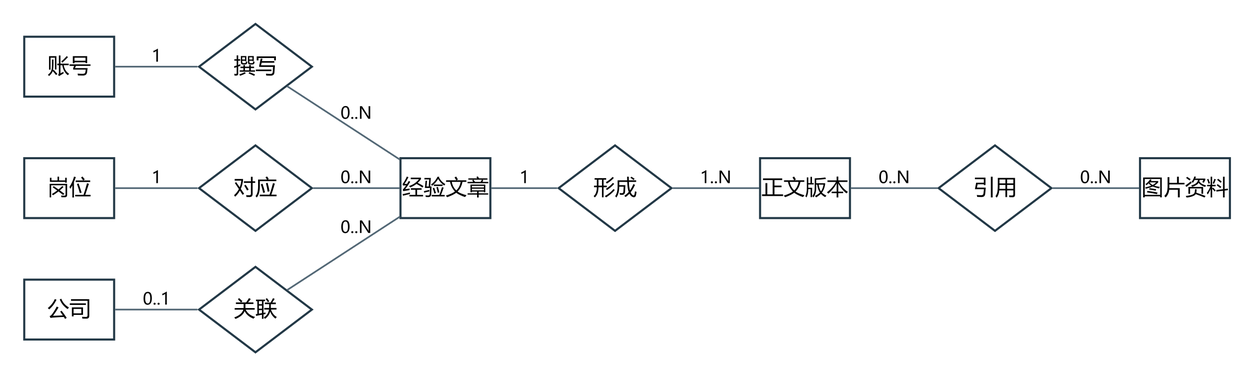
Earlier version of the Graphviz export docs/project/models/图表与模型/ER02.png (jason-bitc/HZCU-CampusHub). Its source is kept beside it as docs/project/models/图表与模型/ER02.dot. The source it was exported from:
```dot
digraph G {
graph [rankdir=LR,nodesep=0.30,ranksep=0.48,bgcolor="white",splines=polyline,pad=0.20];
node [fontname="Microsoft YaHei",fontsize=13,color="#223846",penwidth=1.25,margin="0.10,0.07",style="rounded,filled",fillcolor="#F6F8FA"];
edge [fontname="Microsoft YaHei",fontsize=10,color="#526775",arrowsize=0.7];
"Account" [shape=box,label="账号",style="filled",fillcolor="white"];
"Article" [shape=box,label="经验文章",style="filled",fillcolor="white"];
"ArticleVersion" [shape=box,label="正文版本",style="filled",fillcolor="white"];
"Media" [shape=box,label="图片资料",style="filled",fillcolor="white"];
"Job" [shape=box,label="岗位",style="filled",fillcolor="white"];
"Company" [shape=box,label="公司",style="filled",fillcolor="white"];
"rel3" [shape=diamond,label="撰写",style="filled",fillcolor="white"];
"rel4" [shape=diamond,label="形成",style="filled",fillcolor="white"];
"rel5" [shape=diamond,label="对应",style="filled",fillcolor="white"];
"rel6" [shape=diamond,label="关联",style="filled",fillcolor="white"];
"rel8" [shape=diamond,label="引用",style="filled",fillcolor="white"];
"Account" -> "rel3" [label="1",dir=none];
"rel3" -> "Article" [label="0..N",dir=none];
"Article" -> "rel4" [label="1",dir=none];
"rel4" -> "ArticleVersion" [label="1..N",dir=none];
"Job" -> "rel5" [label="1",dir=none];
"rel5" -> "Article" [label="0..N",dir=none];
"Company" -> "rel6" [label="0..1",dir=none];
"rel6" -> "Article" [label="0..N",dir=none];
"ArticleVersion" -> "rel8" [label="0..N",dir=none];
"rel8" -> "Media" [label="0..N",dir=none];
}
```
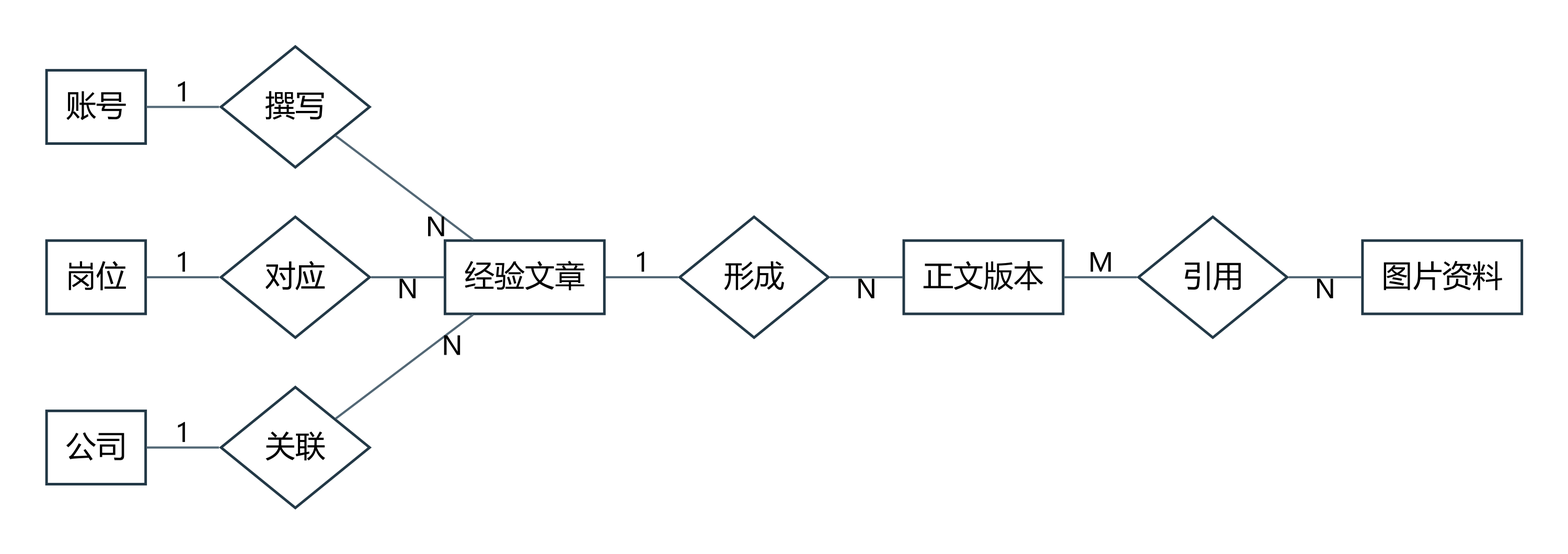
Later version of the same file.

The edit, as a diff of the source:
```diff
@@ -1,26 +1,26 @@
 digraph G {
-graph [rankdir=LR,nodesep=0.30,ranksep=0.48,bgcolor="white",splines=polyline,pad=0.20];
-node [fontname="Microsoft YaHei",fontsize=13,color="#223846",penwidth=1.25,margin="0.10,0.07",style="rounded,filled",fillcolor="#F6F8FA"];
-edge [fontname="Microsoft YaHei",fontsize=10,color="#526775",arrowsize=0.7];
-"Account" [shape=box,label="账号",style="filled",fillcolor="white"];
-"Article" [shape=box,label="经验文章",style="filled",fillcolor="white"];
-"ArticleVersion" [shape=box,label="正文版本",style="filled",fillcolor="white"];
-"Media" [shape=box,label="图片资料",style="filled",fillcolor="white"];
-"Job" [shape=box,label="岗位",style="filled",fillcolor="white"];
-"Company" [shape=box,label="公司",style="filled",fillcolor="white"];
-"rel3" [shape=diamond,label="撰写",style="filled",fillcolor="white"];
-"rel4" [shape=diamond,label="形成",style="filled",fillcolor="white"];
-"rel5" [shape=diamond,label="对应",style="filled",fillcolor="white"];
-"rel6" [shape=diamond,label="关联",style="filled",fillcolor="white"];
-"rel8" [shape=diamond,label="引用",style="filled",fillcolor="white"];
-"Account" -> "rel3" [label="1",dir=none];
-"rel3" -> "Article" [label="0..N",dir=none];
-"Article" -> "rel4" [label="1",dir=none];
-"rel4" -> "ArticleVersion" [label="1..N",dir=none];
-"Job" -> "rel5" [label="1",dir=none];
-"rel5" -> "Article" [label="0..N",dir=none];
-"Company" -> "rel6" [label="0..1",dir=none];
-"rel6" -> "Article" [label="0..N",dir=none];
-"ArticleVersion" -> "rel8" [label="0..N",dir=none];
-"rel8" -> "Media" [label="0..N",dir=none];
+graph [rankdir=LR,nodesep=0.32,ranksep=0.48,bgcolor="white",splines=polyline,pad=0.30];
+node [fontname="Microsoft YaHei",fontsize=14,color="#223846",penwidth=1.2,margin="0.10,0.08",style="filled",fillcolor="white"];
+edge [fontname="Microsoft YaHei",fontsize=12,color="#526775",dir=none];
+"Account" [shape=box,label="账号",width=0.6389,height=0.4722];
+"Article" [shape=box,label="经验文章",width=1.0278,height=0.4722];
+"ArticleVersion" [shape=box,label="正文版本",width=1.0278,height=0.4722];
+"Media" [shape=box,label="图片资料",width=1.0278,height=0.4722];
+"Job" [shape=box,label="岗位",width=0.6389,height=0.4722];
+"Company" [shape=box,label="公司",width=0.6389,height=0.4722];
+"rel3" [shape=diamond,label="撰写",width=0.9583,height=0.7778];
+"rel4" [shape=diamond,label="形成",width=0.9583,height=0.7778];
+"rel5" [shape=diamond,label="对应",width=0.9583,height=0.7778];
+"rel6" [shape=diamond,label="关联",width=0.9583,height=0.7778];
+"rel8" [shape=diamond,label="引用",width=0.9583,height=0.7778];
+"Account" -> "rel3" [taillabel="1",labeldistance=1.8,labelangle=20,dir=none];
+"rel3" -> "Article" [headlabel="N",labeldistance=1.8,labelangle=20,dir=none];
+"Article" -> "rel4" [taillabel="1",labeldistance=1.8,labelangle=20,dir=none];
+"rel4" -> "ArticleVersion" [headlabel="N",labeldistance=1.8,labelangle=20,dir=none];
+"Job" -> "rel5" [taillabel="1",labeldistance=1.8,labelangle=20,dir=none];
+"rel5" -> "Article" [headlabel="N",labeldistance=1.8,labelangle=20,dir=none];
+"Company" -> "rel6" [taillabel="1",labeldistance=1.8,labelangle=20,dir=none];
+"rel6" -> "Article" [headlabel="N",labeldistance=1.8,labelangle=20,dir=none];
+"ArticleVersion" -> "rel8" [taillabel="M",labeldistance=1.8,labelangle=20,dir=none];
+"rel8" -> "Media" [headlabel="N",labeldistance=1.8,labelangle=20,dir=none];
 }
```
